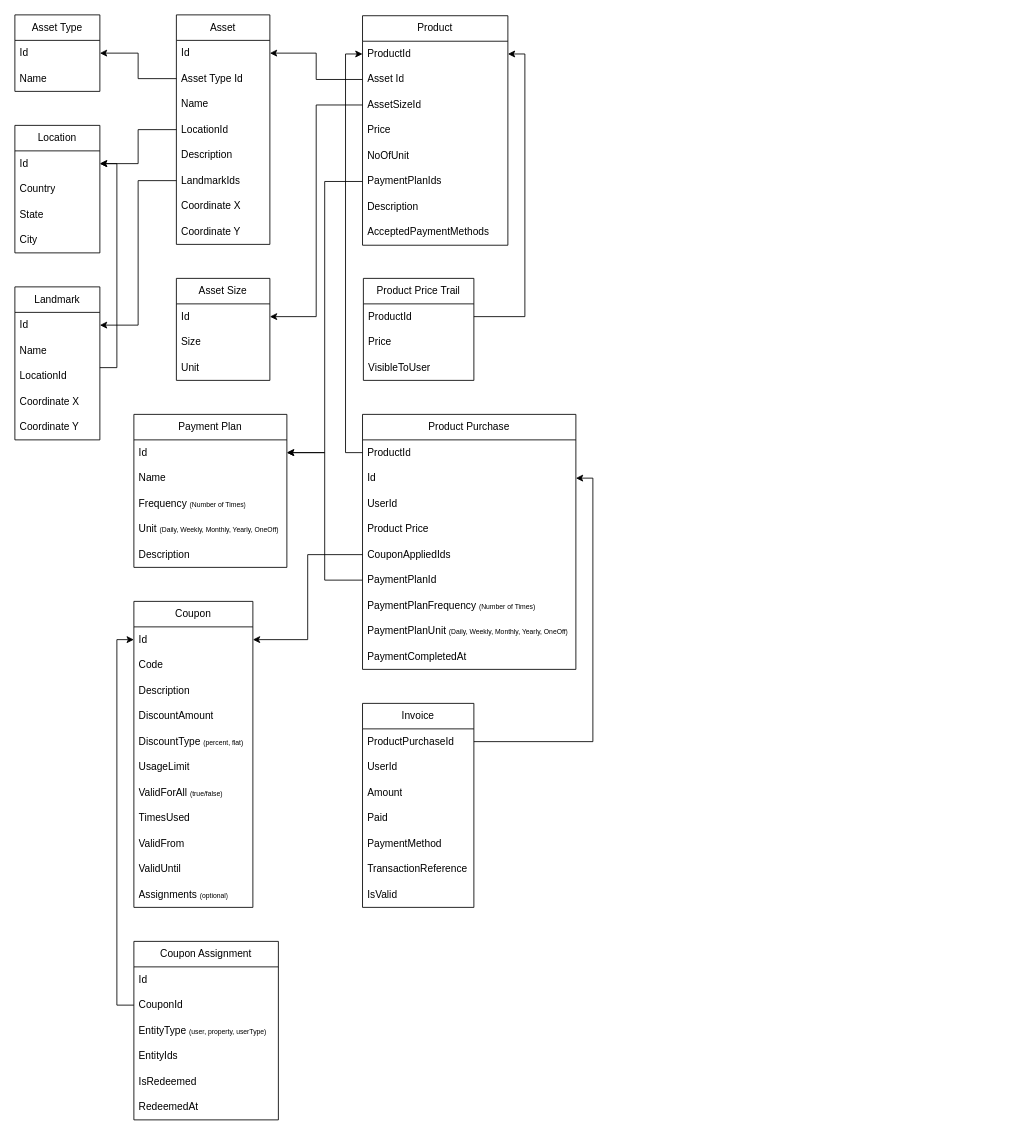
Above: sellperty.drawio in isaac-code/diagrams (draw.io), before the change. Source tidied: cells renumbered, new cells numbered last; positions are measured from the earlier drawing's top-left corner, leaving out a move shared by most shapes. Both pictures are drawn from the tidied source at 85%, with x=0, y=0 at pixel (14, 14).
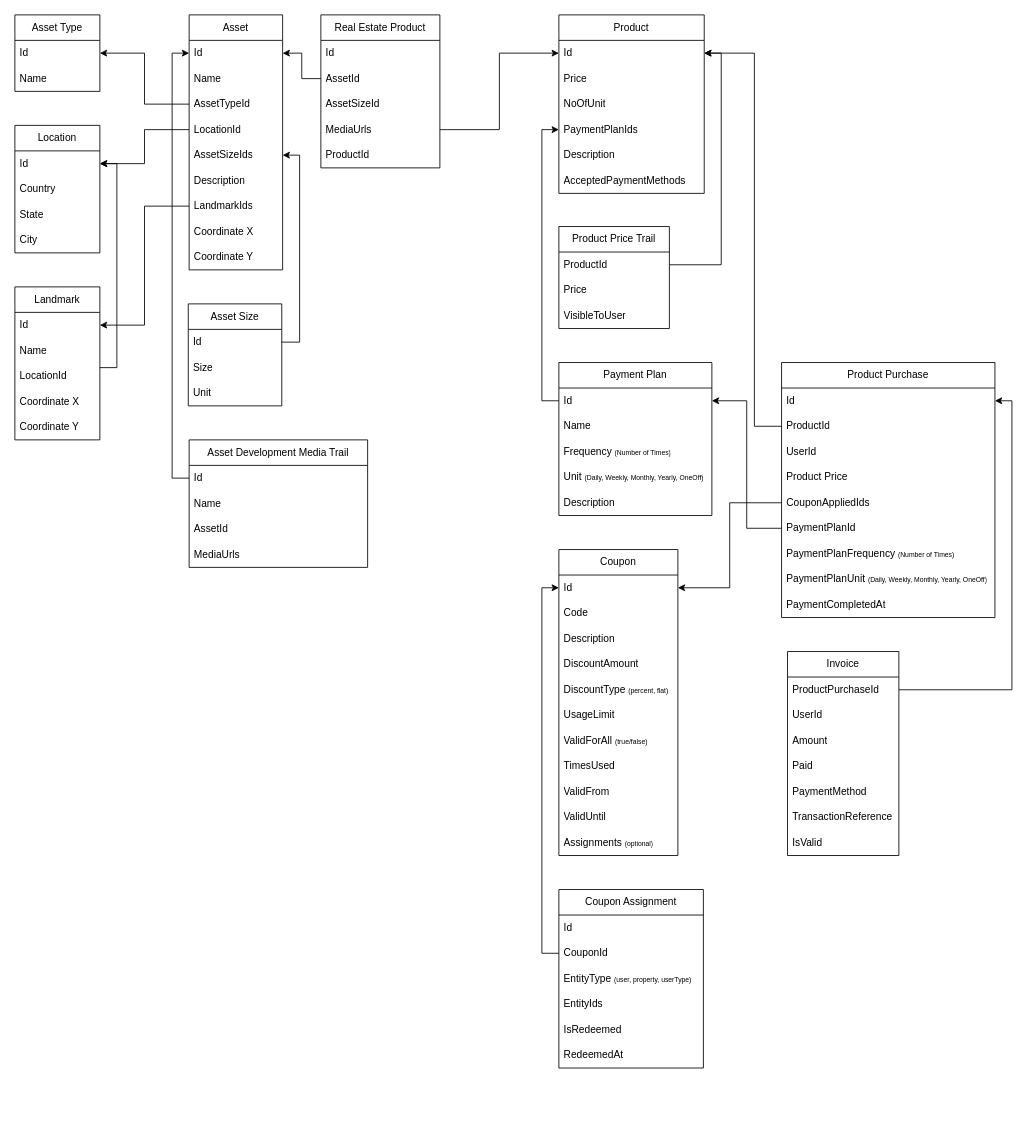
After the change.

Commit message:
Demarcate Real Estate from Ecommerce

The change refers to these unchanged cells:
```xml
<mxCell id="6" value="Id" style="text;strokeColor=none;fillColor=none;align=left;verticalAlign=middle;spacingLeft=4;spacingRight=4;overflow=hidden;points=[[0,0.5],[1,0.5]];portConstraint=eastwest;whiteSpace=wrap;html=1;" parent="5" vertex="1">
  <mxGeometry y="30" width="110" height="30" as="geometry" />
</mxCell>
<mxCell id="20" value="Id" style="text;strokeColor=none;fillColor=none;align=left;verticalAlign=middle;spacingLeft=4;spacingRight=4;overflow=hidden;points=[[0,0.5],[1,0.5]];portConstraint=eastwest;whiteSpace=wrap;html=1;" parent="19" vertex="1">
  <mxGeometry y="30" width="110" height="30" as="geometry" />
</mxCell>
<mxCell id="39" value="Id" style="text;strokeColor=none;fillColor=none;align=left;verticalAlign=middle;spacingLeft=4;spacingRight=4;overflow=hidden;points=[[0,0.5],[1,0.5]];portConstraint=eastwest;whiteSpace=wrap;html=1;" parent="38" vertex="1">
  <mxGeometry y="30" width="180" height="30" as="geometry" />
</mxCell>
```

What changed in the source:
```diff
@@
     <mxCell id="5" value="Asset" style="swimlane;fontStyle=0;horizontal=1;startSize=30;whiteSpace=wrap;html=1;" parent="1" vertex="1">
-      <mxGeometry x="190" width="110" height="270" as="geometry" />
+      <mxGeometry x="205" width="110" height="300" as="geometry" />
     </mxCell>
@@
+    <mxCell id="8" value="Name" style="text;strokeColor=none;fillColor=none;align=left;verticalAlign=middle;spacingLeft=4;spacingRight=4;overflow=hidden;whiteSpace=wrap;html=1;" parent="5" vertex="1">
+      <mxGeometry y="60" width="110" height="30" as="geometry" />
+    </mxCell>
-    <mxCell id="7" value="Asset Type Id" style="text;strokeColor=none;fillColor=none;align=left;verticalAlign=middle;spacingLeft=4;spacingRight=4;overflow=hidden;points=[[0,0.5],[1,0.5]];portConstraint=eastwest;whiteSpace=wrap;html=1;" parent="5" vertex="1">
-      <mxGeometry y="60" width="110" height="30" as="geometry" />
+    <mxCell id="7" value="AssetTypeId" style="text;strokeColor=none;fillColor=none;align=left;verticalAlign=middle;spacingLeft=4;spacingRight=4;overflow=hidden;points=[[0,0.5],[1,0.5]];portConstraint=eastwest;whiteSpace=wrap;html=1;" parent="5" vertex="1">
+      <mxGeometry y="90" width="110" height="30" as="geometry" />
     </mxCell>
-    <mxCell id="8" value="Name" style="text;strokeColor=none;fillColor=none;align=left;verticalAlign=middle;spacingLeft=4;spacingRight=4;overflow=hidden;whiteSpace=wrap;html=1;" parent="5" vertex="1">
-      <mxGeometry y="90" width="110" height="30" as="geometry" />
-    </mxCell>
@@
+    <mxCell id="98" value="AssetSizeIds" style="text;strokeColor=none;fillColor=none;align=left;verticalAlign=middle;spacingLeft=4;spacingRight=4;overflow=hidden;points=[[0,0.5],[1,0.5]];portConstraint=eastwest;whiteSpace=wrap;html=1;" parent="5" vertex="1">
+      <mxGeometry y="150" width="110" height="30" as="geometry" />
+    </mxCell>
     <mxCell id="10" value="Description" style="text;strokeColor=none;fillColor=none;align=left;verticalAlign=middle;spacingLeft=4;spacingRight=4;overflow=hidden;whiteSpace=wrap;html=1;" parent="5" vertex="1">
-      <mxGeometry y="150" width="110" height="30" as="geometry" />
+      <mxGeometry y="180" width="110" height="30" as="geometry" />
     </mxCell>
     <mxCell id="11" value="LandmarkIds" style="text;strokeColor=none;fillColor=none;align=left;verticalAlign=middle;spacingLeft=4;spacingRight=4;overflow=hidden;points=[[0,0.5],[1,0.5]];portConstraint=eastwest;whiteSpace=wrap;html=1;" parent="5" vertex="1">
-      <mxGeometry y="180" width="110" height="30" as="geometry" />
+      <mxGeometry y="210" width="110" height="30" as="geometry" />
     </mxCell>
     <mxCell id="12" value="Coordinate X" style="text;strokeColor=none;fillColor=none;align=left;verticalAlign=middle;spacingLeft=4;spacingRight=4;overflow=hidden;whiteSpace=wrap;html=1;" parent="5" vertex="1">
-      <mxGeometry y="210" width="110" height="30" as="geometry" />
+      <mxGeometry y="240" width="110" height="30" as="geometry" />
     </mxCell>
     <mxCell id="13" value="Coordinate Y" style="text;strokeColor=none;fillColor=none;align=left;verticalAlign=middle;spacingLeft=4;spacingRight=4;overflow=hidden;whiteSpace=wrap;html=1;" parent="5" vertex="1">
-      <mxGeometry y="240" width="110" height="30" as="geometry" />
+      <mxGeometry y="270" width="110" height="30" as="geometry" />
     </mxCell>
@@
     <mxCell id="19" value="Asset Size" style="swimlane;fontStyle=0;horizontal=1;startSize=30;whiteSpace=wrap;html=1;" parent="1" vertex="1">
-      <mxGeometry x="190" y="310" width="110" height="120" as="geometry" />
+      <mxGeometry x="204" y="340" width="110" height="120" as="geometry" />
     </mxCell>
@@
     <mxCell id="29" value="Product" style="swimlane;fontStyle=0;horizontal=1;startSize=30;whiteSpace=wrap;html=1;" parent="1" vertex="1">
-      <mxGeometry x="409" y="1" width="171" height="270" as="geometry" />
+      <mxGeometry x="640" width="171" height="210" as="geometry" />
     </mxCell>
-    <mxCell id="30" value="ProductId" style="text;strokeColor=none;fillColor=none;align=left;verticalAlign=middle;spacingLeft=4;spacingRight=4;overflow=hidden;points=[[0,0.5],[1,0.5]];portConstraint=eastwest;whiteSpace=wrap;html=1;" parent="29" vertex="1">
+    <mxCell id="30" value="Id" style="text;strokeColor=none;fillColor=none;align=left;verticalAlign=middle;spacingLeft=4;spacingRight=4;overflow=hidden;points=[[0,0.5],[1,0.5]];portConstraint=eastwest;whiteSpace=wrap;html=1;" parent="29" vertex="1">
       <mxGeometry y="30" width="171" height="30" as="geometry" />
     </mxCell>
-    <mxCell id="31" value="Asset Id" style="text;strokeColor=none;fillColor=none;align=left;verticalAlign=middle;spacingLeft=4;spacingRight=4;overflow=hidden;points=[[0,0.5],[1,0.5]];portConstraint=eastwest;whiteSpace=wrap;html=1;" parent="29" vertex="1">
-      <mxGeometry y="60" width="171" height="30" as="geometry" />
-    </mxCell>
-    <mxCell id="32" value="AssetSizeId" style="text;strokeColor=none;fillColor=none;align=left;verticalAlign=middle;spacingLeft=4;spacingRight=4;overflow=hidden;points=[[0,0.5],[1,0.5]];portConstraint=eastwest;whiteSpace=wrap;html=1;" parent="29" vertex="1">
-      <mxGeometry y="90" width="171" height="30" as="geometry" />
-    </mxCell>
     <mxCell id="33" value="Price" style="text;strokeColor=none;fillColor=none;align=left;verticalAlign=middle;spacingLeft=4;spacingRight=4;overflow=hidden;whiteSpace=wrap;html=1;" parent="29" vertex="1">
-      <mxGeometry y="120" width="171" height="30" as="geometry" />
+      <mxGeometry y="60" width="171" height="30" as="geometry" />
     </mxCell>
     <mxCell id="34" value="NoOfUnit" style="text;strokeColor=none;fillColor=none;align=left;verticalAlign=middle;spacingLeft=4;spacingRight=4;overflow=hidden;whiteSpace=wrap;html=1;" parent="29" vertex="1">
-      <mxGeometry y="150" width="171" height="30" as="geometry" />
+      <mxGeometry y="90" width="171" height="30" as="geometry" />
     </mxCell>
     <mxCell id="35" value="PaymentPlanIds" style="text;strokeColor=none;fillColor=none;align=left;verticalAlign=middle;spacingLeft=4;spacingRight=4;overflow=hidden;points=[[0,0.5],[1,0.5]];portConstraint=eastwest;whiteSpace=wrap;html=1;" parent="29" vertex="1">
-      <mxGeometry y="180" width="171" height="30" as="geometry" />
+      <mxGeometry y="120" width="171" height="30" as="geometry" />
     </mxCell>
     <mxCell id="36" value="Description" style="text;strokeColor=none;fillColor=none;align=left;verticalAlign=middle;spacingLeft=4;spacingRight=4;overflow=hidden;whiteSpace=wrap;html=1;" parent="29" vertex="1">
-      <mxGeometry y="210" width="171" height="30" as="geometry" />
+      <mxGeometry y="150" width="171" height="30" as="geometry" />
     </mxCell>
     <mxCell id="37" value="AcceptedPaymentMethods" style="text;strokeColor=none;fillColor=none;align=left;verticalAlign=middle;spacingLeft=4;spacingRight=4;overflow=hidden;whiteSpace=wrap;html=1;" parent="29" vertex="1">
-      <mxGeometry y="240" width="171" height="30" as="geometry" />
+      <mxGeometry y="180" width="171" height="30" as="geometry" />
     </mxCell>
     <mxCell id="38" value="Payment Plan" style="swimlane;fontStyle=0;horizontal=1;startSize=30;whiteSpace=wrap;html=1;" parent="1" vertex="1">
-      <mxGeometry x="140" y="470" width="180" height="180" as="geometry" />
+      <mxGeometry x="640" y="409" width="180" height="180" as="geometry" />
     </mxCell>
@@
     <mxCell id="44" value="Product Price Trail" style="swimlane;fontStyle=0;horizontal=1;startSize=30;whiteSpace=wrap;html=1;" parent="1" vertex="1">
-      <mxGeometry x="410" y="310" width="130" height="120" as="geometry" />
+      <mxGeometry x="640" y="249" width="130" height="120" as="geometry" />
     </mxCell>
@@
-    <mxCell id="52" style="edgeStyle=orthogonalEdgeStyle;rounded=0;jettySize=auto;html=1;entryX=1;entryY=0.5;entryDx=0;entryDy=0;" parent="1" edge="1" source="31" target="6">
-      <mxGeometry relative="1" as="geometry" />
-    </mxCell>
     <mxCell id="53" value="Product Purchase" style="swimlane;fontStyle=0;horizontal=1;startSize=30;whiteSpace=wrap;html=1;" parent="1" vertex="1">
-      <mxGeometry x="409" y="470" width="251" height="300" as="geometry" />
+      <mxGeometry x="902" y="409" width="251" height="300" as="geometry" />
     </mxCell>
+    <mxCell id="55" value="Id" style="text;strokeColor=none;fillColor=none;align=left;verticalAlign=middle;spacingLeft=4;spacingRight=4;overflow=hidden;points=[[0,0.5],[1,0.5]];portConstraint=eastwest;whiteSpace=wrap;html=1;" parent="53" vertex="1">
+      <mxGeometry y="30" width="251" height="30" as="geometry" />
+    </mxCell>
     <mxCell id="54" value="ProductId" style="text;strokeColor=none;fillColor=none;align=left;verticalAlign=middle;spacingLeft=4;spacingRight=4;overflow=hidden;points=[[0,0.5],[1,0.5]];portConstraint=eastwest;whiteSpace=wrap;html=1;" parent="53" vertex="1">
-      <mxGeometry y="30" width="251" height="30" as="geometry" />
+      <mxGeometry y="60" width="251" height="30" as="geometry" />
     </mxCell>
-    <mxCell id="55" value="Id" style="text;strokeColor=none;fillColor=none;align=left;verticalAlign=middle;spacingLeft=4;spacingRight=4;overflow=hidden;points=[[0,0.5],[1,0.5]];portConstraint=eastwest;whiteSpace=wrap;html=1;" parent="53" vertex="1">
-      <mxGeometry y="60" width="251" height="30" as="geometry" />
-    </mxCell>
@@
     <mxCell id="63" value="Invoice" style="swimlane;fontStyle=0;horizontal=1;startSize=30;whiteSpace=wrap;html=1;" parent="1" vertex="1">
-      <mxGeometry x="409" y="810" width="131" height="240" as="geometry" />
+      <mxGeometry x="909" y="749" width="131" height="240" as="geometry" />
     </mxCell>
@@
-    <mxCell id="72" style="edgeStyle=orthogonalEdgeStyle;rounded=0;jettySize=auto;html=1;entryX=0;entryY=0.5;entryDx=0;entryDy=0;" parent="1" edge="1" source="54" target="30">
-      <mxGeometry relative="1" as="geometry" />
-    </mxCell>
-    <mxCell id="73" style="edgeStyle=orthogonalEdgeStyle;rounded=0;jettySize=auto;html=1;entryX=1;entryY=0.5;entryDx=0;entryDy=0;" parent="1" edge="1" source="35" target="39">
-      <mxGeometry relative="1" as="geometry" />
-    </mxCell>
     <mxCell id="74" value="Coupon" style="swimlane;fontStyle=0;horizontal=1;startSize=30;whiteSpace=wrap;html=1;" parent="1" vertex="1">
-      <mxGeometry x="140" y="690" width="140" height="360" as="geometry" />
+      <mxGeometry x="640" y="629" width="140" height="360" as="geometry" />
     </mxCell>
@@
-    <mxCell id="86" style="edgeStyle=orthogonalEdgeStyle;rounded=0;jettySize=auto;html=1;entryX=1;entryY=0.5;entryDx=0;entryDy=0;" parent="1" edge="1" source="32" target="20">
-      <mxGeometry relative="1" as="geometry" />
-    </mxCell>
     <mxCell id="87" value="Coupon Assignment" style="swimlane;fontStyle=0;horizontal=1;startSize=30;whiteSpace=wrap;html=1;" parent="1" vertex="1">
-      <mxGeometry x="140" y="1090" width="170" height="210" as="geometry" />
+      <mxGeometry x="640" y="1029" width="170" height="210" as="geometry" />
     </mxCell>
@@
+    <mxCell id="99" value="Real Estate Product" style="swimlane;fontStyle=0;horizontal=1;startSize=30;whiteSpace=wrap;html=1;" parent="1" vertex="1">
+      <mxGeometry x="360" width="140" height="180" as="geometry" />
+    </mxCell>
+    <mxCell id="100" value="Id" style="text;strokeColor=none;fillColor=none;align=left;verticalAlign=middle;spacingLeft=4;spacingRight=4;overflow=hidden;whiteSpace=wrap;html=1;" parent="99" vertex="1">
+      <mxGeometry y="30" width="140" height="30" as="geometry" />
+    </mxCell>
+    <mxCell id="101" value="AssetId" style="text;strokeColor=none;fillColor=none;align=left;verticalAlign=middle;spacingLeft=4;spacingRight=4;overflow=hidden;points=[[0,0.5],[1,0.5]];portConstraint=eastwest;whiteSpace=wrap;html=1;" parent="99" vertex="1">
+      <mxGeometry y="60" width="140" height="30" as="geometry" />
+    </mxCell>
+    <mxCell id="32" value="AssetSizeId" style="text;strokeColor=none;fillColor=none;align=left;verticalAlign=middle;spacingLeft=4;spacingRight=4;overflow=hidden;points=[[0,0.5],[1,0.5]];portConstraint=eastwest;whiteSpace=wrap;html=1;" parent="99" vertex="1">
+      <mxGeometry y="90" width="140" height="30" as="geometry" />
+    </mxCell>
+    <mxCell id="102" value="MediaUrls" style="text;strokeColor=none;fillColor=none;align=left;verticalAlign=middle;spacingLeft=4;spacingRight=4;overflow=hidden;points=[[0,0.5],[1,0.5]];portConstraint=eastwest;whiteSpace=wrap;html=1;" parent="99" vertex="1">
+      <mxGeometry y="120" width="140" height="30" as="geometry" />
+    </mxCell>
+    <mxCell id="103" value="ProductId" style="text;strokeColor=none;fillColor=none;align=left;verticalAlign=middle;spacingLeft=4;spacingRight=4;overflow=hidden;whiteSpace=wrap;html=1;" parent="99" vertex="1">
+      <mxGeometry y="150" width="140" height="30" as="geometry" />
+    </mxCell>
+    <mxCell id="104" style="edgeStyle=orthogonalEdgeStyle;rounded=0;jettySize=auto;html=1;entryX=1;entryY=0.5;entryDx=0;entryDy=0;" parent="1" edge="1" source="20" target="98">
+      <mxGeometry relative="1" as="geometry" />
+    </mxCell>
+    <mxCell id="105" style="edgeStyle=orthogonalEdgeStyle;rounded=0;jettySize=auto;html=1;exitX=0;exitY=0.5;exitDx=0;exitDy=0;entryX=1;entryY=0.5;entryDx=0;entryDy=0;" parent="1" edge="1" source="101" target="6">
+      <mxGeometry relative="1" as="geometry" />
+    </mxCell>
@@
+    <mxCell id="72" style="edgeStyle=orthogonalEdgeStyle;rounded=0;jettySize=auto;html=1;entryX=1;entryY=0.5;entryDx=0;entryDy=0;" parent="1" edge="1" source="54" target="30">
+      <mxGeometry relative="1" as="geometry">
+        <Array as="points">
+          <mxPoint x="870" y="484" />
+          <mxPoint x="870" y="45" />
+        </Array>
+      </mxGeometry>
+    </mxCell>
+    <mxCell id="106" style="edgeStyle=orthogonalEdgeStyle;rounded=0;jettySize=auto;html=1;entryX=0;entryY=0.5;entryDx=0;entryDy=0;" parent="1" edge="1" source="102" target="30">
+      <mxGeometry relative="1" as="geometry" />
+    </mxCell>
+    <mxCell id="107" value="Asset Development Media Trail" style="swimlane;fontStyle=0;horizontal=1;startSize=30;whiteSpace=wrap;html=1;" parent="1" vertex="1">
+      <mxGeometry x="205" y="500" width="210" height="150" as="geometry" />
+    </mxCell>
+    <mxCell id="108" value="Id" style="text;strokeColor=none;fillColor=none;align=left;verticalAlign=middle;spacingLeft=4;spacingRight=4;overflow=hidden;points=[[0,0.5],[1,0.5]];portConstraint=eastwest;whiteSpace=wrap;html=1;" parent="107" vertex="1">
+      <mxGeometry y="30" width="210" height="30" as="geometry" />
+    </mxCell>
+    <mxCell id="109" value="Name" style="text;strokeColor=none;fillColor=none;align=left;verticalAlign=middle;spacingLeft=4;spacingRight=4;overflow=hidden;whiteSpace=wrap;html=1;" parent="107" vertex="1">
+      <mxGeometry y="60" width="210" height="30" as="geometry" />
+    </mxCell>
+    <mxCell id="110" value="AssetId" style="text;strokeColor=none;fillColor=none;align=left;verticalAlign=middle;spacingLeft=4;spacingRight=4;overflow=hidden;whiteSpace=wrap;html=1;" parent="107" vertex="1">
+      <mxGeometry y="90" width="210" height="30" as="geometry" />
+    </mxCell>
+    <mxCell id="111" value="MediaUrls" style="text;strokeColor=none;fillColor=none;align=left;verticalAlign=middle;spacingLeft=4;spacingRight=4;overflow=hidden;whiteSpace=wrap;html=1;" parent="107" vertex="1">
+      <mxGeometry y="120" width="210" height="30" as="geometry" />
+    </mxCell>
+    <mxCell id="112" style="edgeStyle=orthogonalEdgeStyle;rounded=0;jettySize=auto;html=1;entryX=0;entryY=0.5;entryDx=0;entryDy=0;" parent="1" edge="1" source="108" target="6">
+      <mxGeometry relative="1" as="geometry" />
+    </mxCell>
+    <mxCell id="113" style="edgeStyle=orthogonalEdgeStyle;rounded=0;jettySize=auto;html=1;entryX=0;entryY=0.5;entryDx=0;entryDy=0;" parent="1" edge="1" source="39" target="35">
+      <mxGeometry relative="1" as="geometry" />
+    </mxCell>
```
